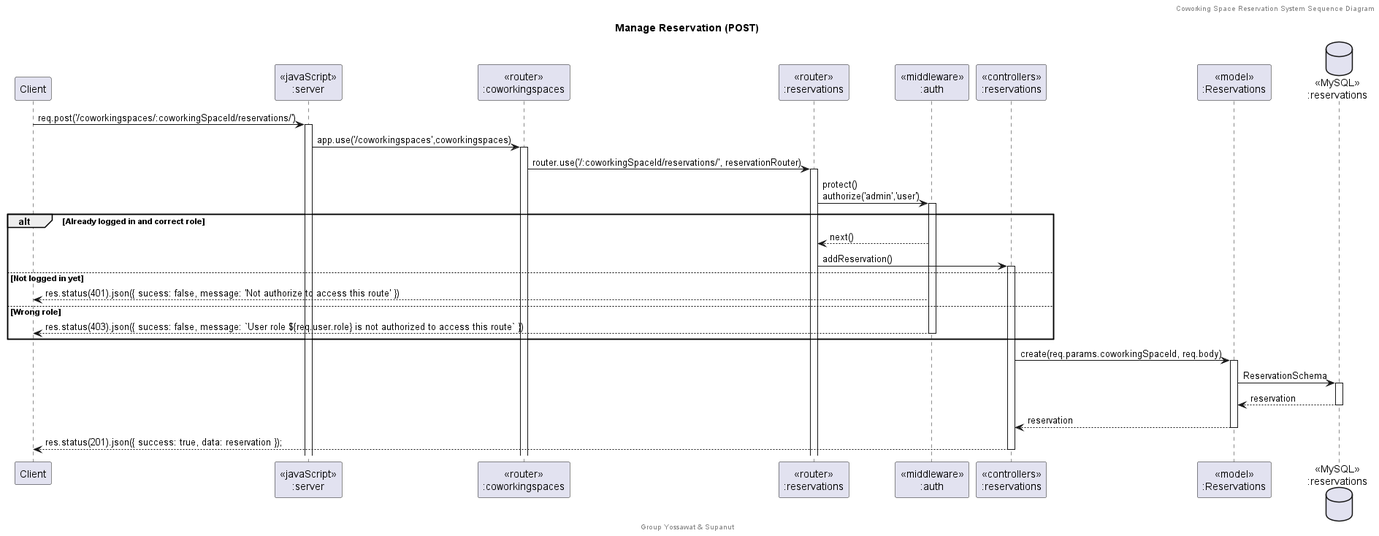
Above: doc/Sequence Diagram/png/Manage Reservation (POST).png in SupanutT/sw-dev-prac-project (PlantUML), before the change. Its diagram source:
```plantuml
@startuml Manage Reservation (POST)

header Coworking Space Reservation System Sequence Diagram
footer Group Yossawat & Supanut
title "Manage Reservation (POST)"

participant "Client" as client
participant "<<javaScript>>\n:server" as server
participant "<<router>>\n:coworkingspaces" as routerCoworkingSpaces
participant "<<router>>\n:reservations" as routerReservations
participant "<<middleware>>\n:auth" as middleware
participant "<<controllers>>\n:reservations" as controllersReservations
participant "<<model>>\n:Reservations" as modelReservation
database "<<MySQL>>\n:reservations" as ReservationsDatabase

client -> server ++:req.post('/coworkingspaces/:coworkingSpaceId/reservations/')
server -> routerCoworkingSpaces ++:app.use('/coworkingspaces',coworkingspaces)
routerCoworkingSpaces -> routerReservations ++:router.use('/:coworkingSpaceId/reservations/', reservationRouter)
routerReservations -> middleware ++:protect()\nauthorize('admin','user')
alt Already logged in and correct role
    middleware --> routerReservations : next()
    routerReservations -> controllersReservations ++: addReservation()
else Not logged in yet
    middleware --> client : res.status(401).json({ sucess: false, message: 'Not authorize to access this route' })
else Wrong role
    middleware --> client --: res.status(403).json({ sucess: false, message: `User role ${req.user.role} is not authorized to access this route` })
end
controllersReservations -> modelReservation ++: create(req.params.coworkingSpaceId, req.body)
modelReservation -> ReservationsDatabase ++: ReservationSchema
ReservationsDatabase --> modelReservation --: reservation
controllersReservations <-- modelReservation --: reservation
controllersReservations --> client --:res.status(201).json({ success: true, data: reservation });

@enduml
```
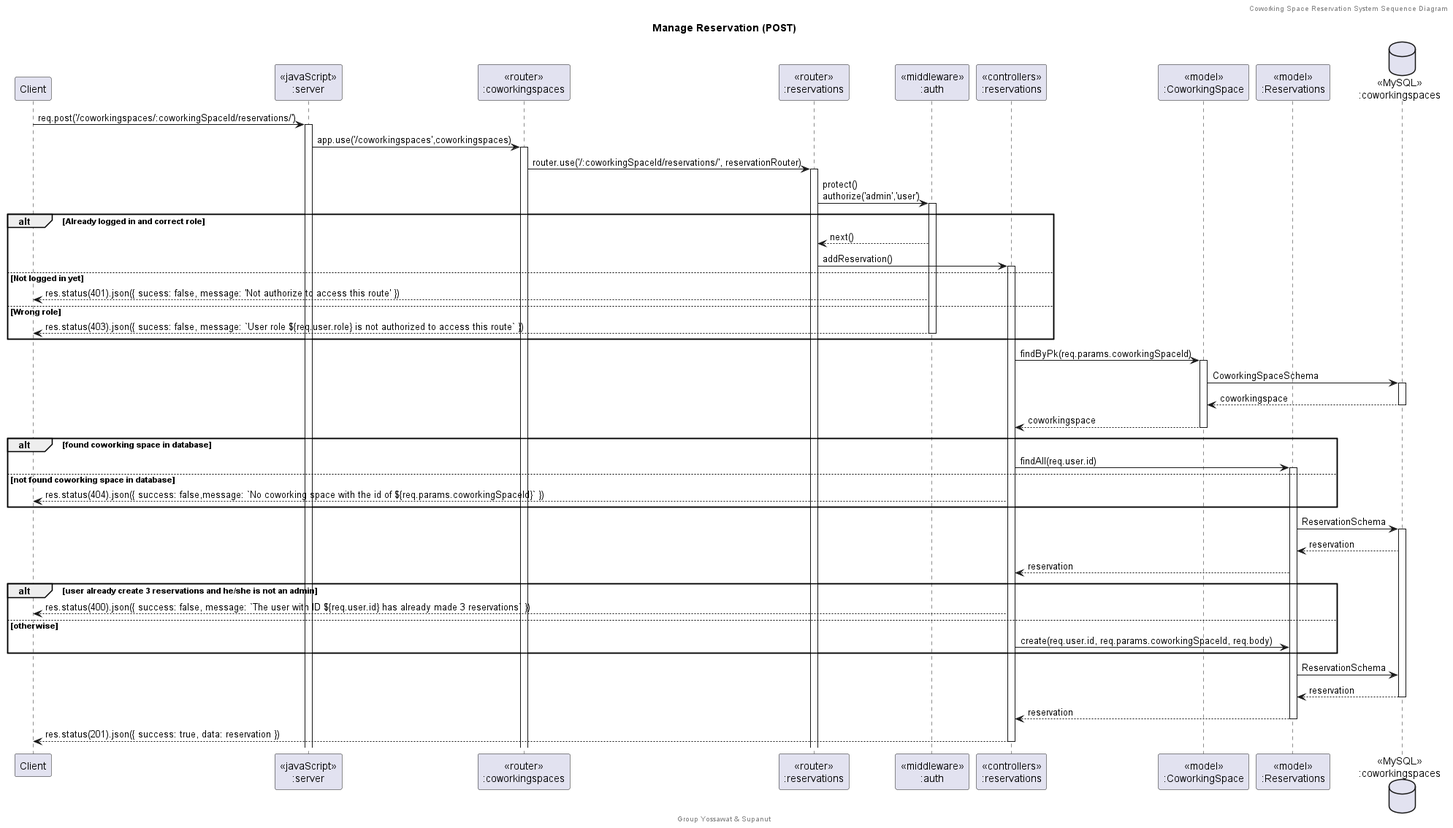
Above is the later version.

Change to the diagram source:
```diff
@@ -10,8 +10,9 @@
 participant "<<router>>\n:reservations" as routerReservations
 participant "<<middleware>>\n:auth" as middleware
 participant "<<controllers>>\n:reservations" as controllersReservations
+participant "<<model>>\n:CoworkingSpace" as modelCoworkingSpace
 participant "<<model>>\n:Reservations" as modelReservation
-database "<<MySQL>>\n:reservations" as ReservationsDatabase
+database "<<MySQL>>\n:coworkingspaces" as CoworkingSpacesDatabase
 
 client -> server ++:req.post('/coworkingspaces/:coworkingSpaceId/reservations/')
 server -> routerCoworkingSpaces ++:app.use('/coworkingspaces',coworkingspaces)
@@ -25,10 +26,26 @@
 else Wrong role
     middleware --> client --: res.status(403).json({ sucess: false, message: `User role ${req.user.role} is not authorized to access this route` })
 end
-controllersReservations -> modelReservation ++: create(req.params.coworkingSpaceId, req.body)
-modelReservation -> ReservationsDatabase ++: ReservationSchema
-ReservationsDatabase --> modelReservation --: reservation
+controllersReservations -> modelCoworkingSpace ++: findByPk(req.params.coworkingSpaceId)
+modelCoworkingSpace -> CoworkingSpacesDatabase ++: CoworkingSpaceSchema
+CoworkingSpacesDatabase --> modelCoworkingSpace --: coworkingspace
+controllersReservations <-- modelCoworkingSpace --:coworkingspace
+alt found coworking space in database
+    controllersReservations -> modelReservation  ++: findAll(req.user.id)
+else not found coworking space in database
+    controllersReservations --> client  : res.status(404).json({ success: false,message: `No coworking space with the id of ${req.params.coworkingSpaceId}` })
+end
+modelReservation -> CoworkingSpacesDatabase ++: ReservationSchema
+CoworkingSpacesDatabase --> modelReservation : reservation
+controllersReservations <-- modelReservation : reservation
+alt user already create 3 reservations and he/she is not an admin
+    controllersReservations --> client : res.status(400).json({ success: false, message: `The user with ID ${req.user.id} has already made 3 reservations` })
+else otherwise
+    controllersReservations -> modelReservation : create(req.user.id, req.params.coworkingSpaceId, req.body)
+end
+modelReservation -> CoworkingSpacesDatabase : ReservationSchema
+CoworkingSpacesDatabase --> modelReservation --: reservation
 controllersReservations <-- modelReservation --: reservation
-controllersReservations --> client --:res.status(201).json({ success: true, data: reservation });
+controllersReservations --> client --:res.status(201).json({ success: true, data: reservation })
 
 @enduml
```
